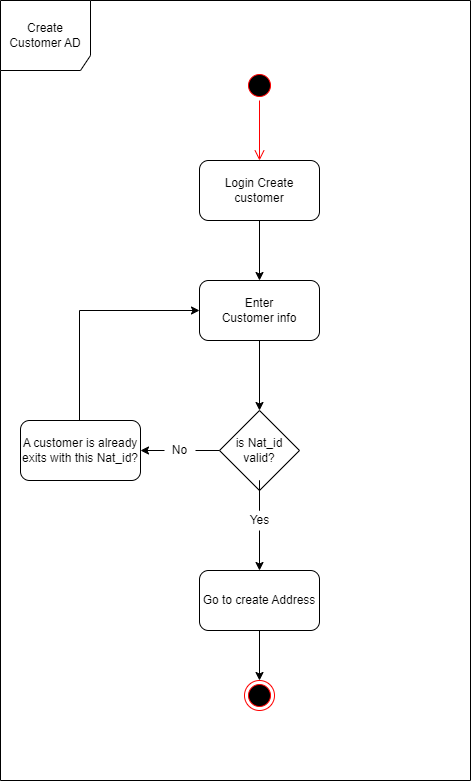
The draw.io diagram createcustomeractivitydiagram.drawio.png in GulbaharErgelen/Umldiagrams, before a commit. Source tidied: cells renumbered, new cells last; positions are measured from the earlier drawing's top-left corner, leaving out a move shared by most shapes. Source of this version:
```xml
<mxGraphModel>
  <root>
    <mxCell id="0" />
    <mxCell id="1" parent="0" />
    <mxCell id="2" style="ellipse;html=1;shape=startState;fillColor=#000000;strokeColor=#ff0000;" parent="1" vertex="1">
      <mxGeometry x="244" y="70" width="30" height="30" as="geometry" />
    </mxCell>
    <mxCell id="3" style="edgeStyle=orthogonalEdgeStyle;html=1;verticalAlign=bottom;endArrow=open;endSize=8;strokeColor=#ff0000;rounded=0;" parent="1" edge="1" source="2">
      <mxGeometry relative="1" as="geometry">
        <mxPoint x="259" y="160" as="targetPoint" />
      </mxGeometry>
    </mxCell>
    <mxCell id="4" style="edgeStyle=orthogonalEdgeStyle;rounded=0;jettySize=auto;html=1;" parent="1" edge="1" source="5">
      <mxGeometry relative="1" as="geometry">
        <mxPoint x="259" y="280" as="targetPoint" />
      </mxGeometry>
    </mxCell>
    <mxCell id="5" value="Login Create customer" style="rounded=1;whiteSpace=wrap;html=1;" parent="1" vertex="1">
      <mxGeometry x="199" y="160" width="120" height="60" as="geometry" />
    </mxCell>
    <mxCell id="6" style="edgeStyle=orthogonalEdgeStyle;rounded=0;jettySize=auto;html=1;" parent="1" edge="1" source="7">
      <mxGeometry relative="1" as="geometry">
        <mxPoint x="259" y="410" as="targetPoint" />
      </mxGeometry>
    </mxCell>
    <mxCell id="7" value="Enter&lt;br&gt;Customer info" style="rounded=1;whiteSpace=wrap;html=1;" parent="1" vertex="1">
      <mxGeometry x="199" y="280" width="120" height="60" as="geometry" />
    </mxCell>
    <mxCell id="8" style="edgeStyle=orthogonalEdgeStyle;rounded=0;jettySize=auto;html=1;startArrow=none;entryX=0.5;entryY=0;entryDx=0;entryDy=0;" parent="1" edge="1" source="13" target="12">
      <mxGeometry relative="1" as="geometry" />
    </mxCell>
    <mxCell id="9" style="edgeStyle=orthogonalEdgeStyle;rounded=0;jettySize=auto;html=1;startArrow=none;entryX=1;entryY=0.5;entryDx=0;entryDy=0;" parent="1" edge="1" source="17" target="16">
      <mxGeometry relative="1" as="geometry" />
    </mxCell>
    <mxCell id="10" value="is Nat_id valid?" style="rhombus;whiteSpace=wrap;html=1;" parent="1" vertex="1">
      <mxGeometry x="219" y="410" width="80" height="80" as="geometry" />
    </mxCell>
    <mxCell id="11" style="edgeStyle=orthogonalEdgeStyle;rounded=0;jettySize=auto;html=1;" parent="1" edge="1" source="12" target="19">
      <mxGeometry relative="1" as="geometry" />
    </mxCell>
    <mxCell id="12" value="Go to create Address" style="rounded=1;whiteSpace=wrap;html=1;" parent="1" vertex="1">
      <mxGeometry x="199" y="570" width="120" height="60" as="geometry" />
    </mxCell>
    <mxCell id="13" value="Yes" style="text;html=1;strokeColor=none;fillColor=none;align=center;verticalAlign=middle;whiteSpace=wrap;rounded=0;" parent="1" vertex="1">
      <mxGeometry x="233.5" y="510" width="51" height="20" as="geometry" />
    </mxCell>
    <mxCell id="14" style="edgeStyle=orthogonalEdgeStyle;rounded=0;jettySize=auto;html=1;endArrow=none;" parent="1" edge="1" source="10">
      <mxGeometry relative="1" as="geometry">
        <mxPoint x="259" y="500" as="targetPoint" />
      </mxGeometry>
    </mxCell>
    <mxCell id="15" style="edgeStyle=orthogonalEdgeStyle;rounded=0;orthogonalLoop=1;jettySize=auto;html=1;exitX=0.5;exitY=0;exitDx=0;exitDy=0;" parent="1" edge="1">
      <mxGeometry relative="1" as="geometry">
        <mxPoint x="79" y="420" as="sourcePoint" />
        <mxPoint x="199" y="310" as="targetPoint" />
        <Array as="points">
          <mxPoint x="79" y="310" />
          <mxPoint x="198" y="310" />
        </Array>
      </mxGeometry>
    </mxCell>
    <mxCell id="16" value="A customer is already exits with this Nat_id?" style="rounded=1;whiteSpace=wrap;html=1;" parent="1" vertex="1">
      <mxGeometry x="20" y="420" width="120" height="60" as="geometry" />
    </mxCell>
    <mxCell id="17" value="No" style="text;html=1;strokeColor=none;fillColor=none;align=center;verticalAlign=middle;whiteSpace=wrap;rounded=0;" parent="1" vertex="1">
      <mxGeometry x="164" y="442.5" width="31" height="15" as="geometry" />
    </mxCell>
    <mxCell id="18" style="edgeStyle=orthogonalEdgeStyle;rounded=0;jettySize=auto;html=1;endArrow=none;" parent="1" edge="1" source="10" target="17">
      <mxGeometry relative="1" as="geometry" />
    </mxCell>
    <mxCell id="19" style="ellipse;html=1;shape=endState;fillColor=#000000;strokeColor=#ff0000;" parent="1" vertex="1">
      <mxGeometry x="244" y="680" width="30" height="30" as="geometry" />
    </mxCell>
    <mxCell id="20" value="Create Customer AD" style="shape=umlFrame;whiteSpace=wrap;html=1;width=90;height=70;" parent="1" vertex="1">
      <mxGeometry width="470" height="780" as="geometry" />
    </mxCell>
  </root>
</mxGraphModel>
```
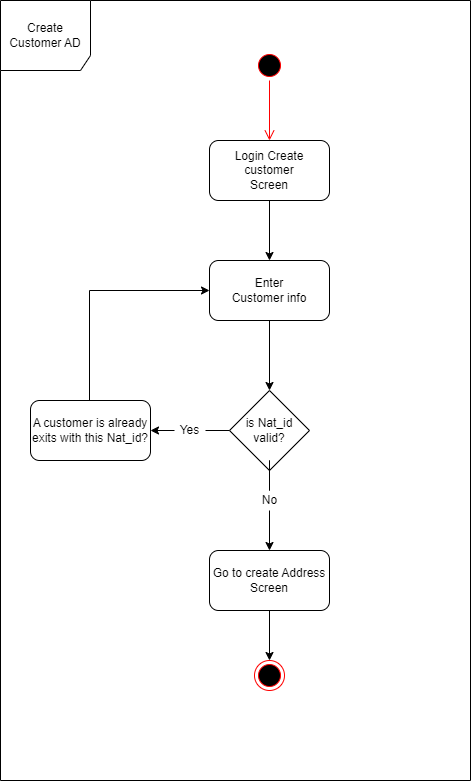
The same file after the commit.

Change to the diagram source:
```diff
@@ -15,7 +15,7 @@
         <mxPoint x="259" y="280" as="targetPoint" />
       </mxGeometry>
     </mxCell>
-    <mxCell id="5" value="Login Create customer" style="rounded=1;whiteSpace=wrap;html=1;" parent="1" vertex="1">
+    <mxCell id="5" value="Login Create customer&lt;br&gt;Screen" style="rounded=1;whiteSpace=wrap;html=1;" parent="1" vertex="1">
       <mxGeometry x="199" y="160" width="120" height="60" as="geometry" />
     </mxCell>
     <mxCell id="6" style="edgeStyle=orthogonalEdgeStyle;rounded=0;jettySize=auto;html=1;" parent="1" edge="1" source="7">
@@ -38,10 +38,10 @@
     <mxCell id="11" style="edgeStyle=orthogonalEdgeStyle;rounded=0;jettySize=auto;html=1;" parent="1" edge="1" source="12" target="19">
       <mxGeometry relative="1" as="geometry" />
     </mxCell>
-    <mxCell id="12" value="Go to create Address" style="rounded=1;whiteSpace=wrap;html=1;" parent="1" vertex="1">
+    <mxCell id="12" value="Go to create Address&lt;br&gt;Screen" style="rounded=1;whiteSpace=wrap;html=1;" parent="1" vertex="1">
       <mxGeometry x="199" y="570" width="120" height="60" as="geometry" />
     </mxCell>
-    <mxCell id="13" value="Yes" style="text;html=1;strokeColor=none;fillColor=none;align=center;verticalAlign=middle;whiteSpace=wrap;rounded=0;" parent="1" vertex="1">
+    <mxCell id="13" value="No" style="text;html=1;strokeColor=none;fillColor=none;align=center;verticalAlign=middle;whiteSpace=wrap;rounded=0;" parent="1" vertex="1">
       <mxGeometry x="233.5" y="510" width="51" height="20" as="geometry" />
     </mxCell>
     <mxCell id="14" style="edgeStyle=orthogonalEdgeStyle;rounded=0;jettySize=auto;html=1;endArrow=none;" parent="1" edge="1" source="10">
@@ -62,7 +62,7 @@
     <mxCell id="16" value="A customer is already exits with this Nat_id?" style="rounded=1;whiteSpace=wrap;html=1;" parent="1" vertex="1">
       <mxGeometry x="20" y="420" width="120" height="60" as="geometry" />
     </mxCell>
-    <mxCell id="17" value="No" style="text;html=1;strokeColor=none;fillColor=none;align=center;verticalAlign=middle;whiteSpace=wrap;rounded=0;" parent="1" vertex="1">
+    <mxCell id="17" value="Yes" style="text;html=1;strokeColor=none;fillColor=none;align=center;verticalAlign=middle;whiteSpace=wrap;rounded=0;" parent="1" vertex="1">
       <mxGeometry x="164" y="442.5" width="31" height="15" as="geometry" />
     </mxCell>
     <mxCell id="18" style="edgeStyle=orthogonalEdgeStyle;rounded=0;jettySize=auto;html=1;endArrow=none;" parent="1" edge="1" source="10" target="17">
@@ -72,7 +72,7 @@
       <mxGeometry x="244" y="680" width="30" height="30" as="geometry" />
     </mxCell>
     <mxCell id="20" value="Create Customer AD" style="shape=umlFrame;whiteSpace=wrap;html=1;width=90;height=70;" parent="1" vertex="1">
-      <mxGeometry width="470" height="780" as="geometry" />
+      <mxGeometry x="-10" y="20" width="470" height="780" as="geometry" />
     </mxCell>
   </root>
 </mxGraphModel>
```
